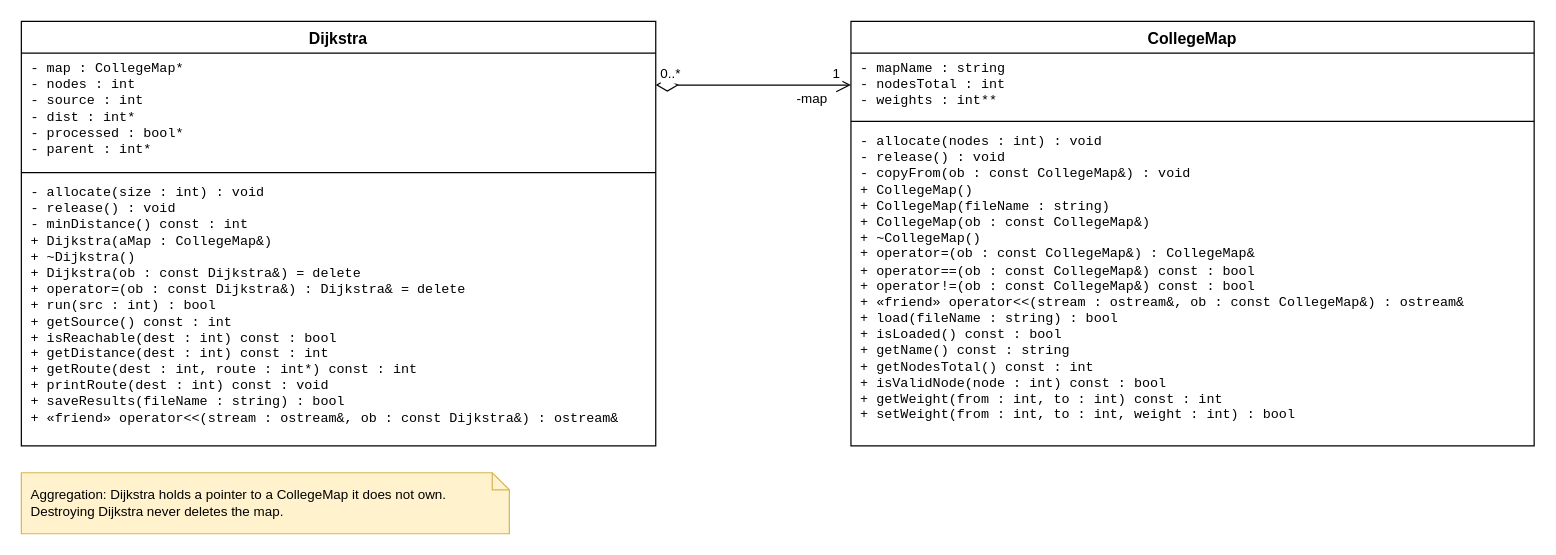
Alan64578/Dijkstra-Route-Planner keeps this draw.io diagram as Report/RoutePlanner_UML.drawio. Above is the earlier version. Source tidied: cells renumbered, new cells numbered last; positions are measured from the earlier drawing's top-left corner, leaving out a move shared by most shapes. Both pictures are drawn from the tidied source at 122%, with x=0, y=0 at pixel (21, 21).
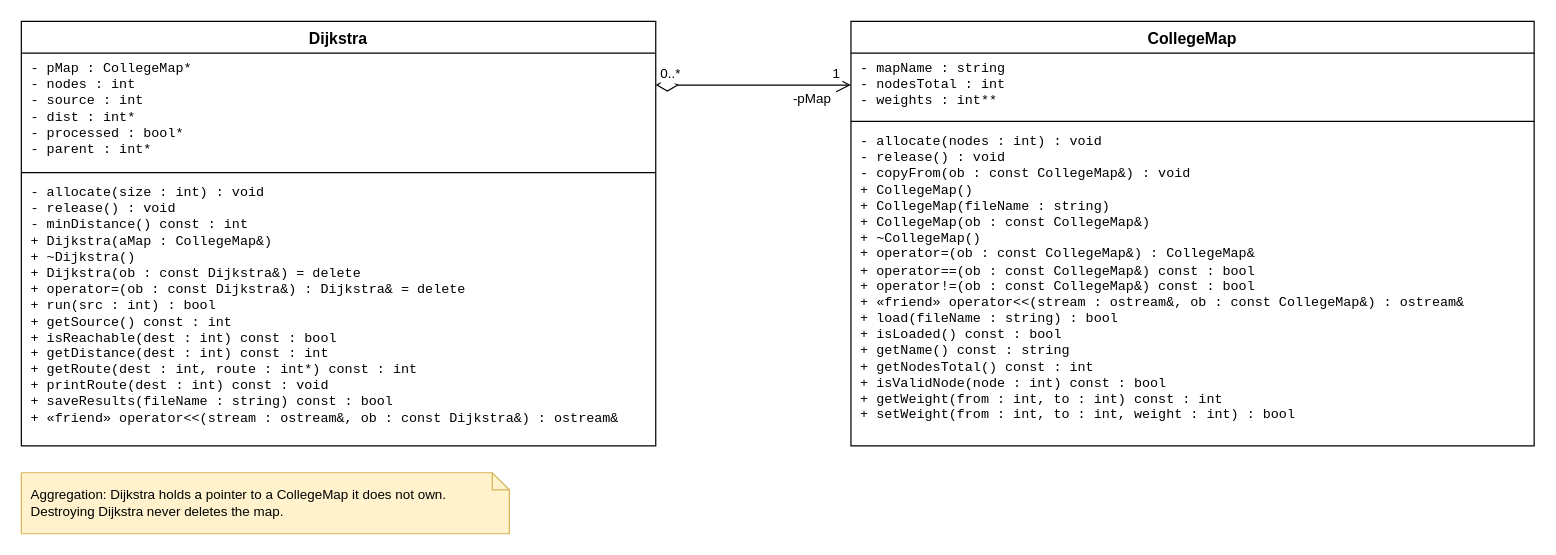
Above is the later version.

Commit message:
Update UML: pMap and const saveResults

Diff of the diagram source:
```diff
@@
 <mxGraphModel>
   <root>
     <mxCell id="0" />
     <mxCell id="1" parent="0" />
     <mxCell id="2" value="Dijkstra" style="swimlane;fillColor=#ffffff;strokeColor=#000000;fontColor=#000000;swimlaneFillColor=#ffffff;fontStyle=1;align=center;verticalAlign=top;horizontal=1;startSize=26;whiteSpace=wrap;html=0;fontSize=13;" parent="1" vertex="1">
       <mxGeometry width="520" height="348" as="geometry" />
     </mxCell>
-    <mxCell id="3" value="- map : CollegeMap*&#10;- nodes : int&#10;- source : int&#10;- dist : int*&#10;- processed : bool*&#10;- parent : int*" style="text;strokeColor=none;fillColor=none;fontColor=#000000;align=left;verticalAlign=top;spacingLeft=6;spacingRight=4;overflow=hidden;whiteSpace=wrap;html=0;fontFamily=Courier New;fontSize=11;" parent="2" vertex="1">
+    <mxCell id="3" value="- pMap : CollegeMap*&#10;- nodes : int&#10;- source : int&#10;- dist : int*&#10;- processed : bool*&#10;- parent : int*" style="text;strokeColor=none;fillColor=none;fontColor=#000000;align=left;verticalAlign=top;spacingLeft=6;spacingRight=4;overflow=hidden;whiteSpace=wrap;html=0;fontFamily=Courier New;fontSize=11;" parent="2" vertex="1">
       <mxGeometry y="26" width="520" height="94" as="geometry" />
     </mxCell>
     <mxCell id="4" style="line;strokeWidth=1;strokeColor=#000000;fillColor=none;align=left;verticalAlign=middle;spacingTop=-1;spacingLeft=3;spacingRight=3;labelPosition=right;" parent="2" vertex="1">
       <mxGeometry y="120" width="520" height="8" as="geometry" />
     </mxCell>
-    <mxCell id="5" value="- allocate(size : int) : void&#10;- release() : void&#10;- minDistance() const : int&#10;+ Dijkstra(aMap : CollegeMap&amp;)&#10;+ ~Dijkstra()&#10;+ Dijkstra(ob : const Dijkstra&amp;) = delete&#10;+ operator=(ob : const Dijkstra&amp;) : Dijkstra&amp; = delete&#10;+ run(src : int) : bool&#10;+ getSource() const : int&#10;+ isReachable(dest : int) const : bool&#10;+ getDistance(dest : int) const : int&#10;+ getRoute(dest : int, route : int*) const : int&#10;+ printRoute(dest : int) const : void&#10;+ saveResults(fileName : string) : bool&#10;+ «friend» operator&lt;&lt;(stream : ostream&amp;, ob : const Dijkstra&amp;) : ostream&amp;" style="text;strokeColor=none;fillColor=none;fontColor=#000000;align=left;verticalAlign=top;spacingLeft=6;spacingRight=4;overflow=hidden;whiteSpace=wrap;html=0;fontFamily=Courier New;fontSize=11;" parent="2" vertex="1">
+    <mxCell id="5" value="- allocate(size : int) : void&#10;- release() : void&#10;- minDistance() const : int&#10;+ Dijkstra(aMap : CollegeMap&amp;)&#10;+ ~Dijkstra()&#10;+ Dijkstra(ob : const Dijkstra&amp;) = delete&#10;+ operator=(ob : const Dijkstra&amp;) : Dijkstra&amp; = delete&#10;+ run(src : int) : bool&#10;+ getSource() const : int&#10;+ isReachable(dest : int) const : bool&#10;+ getDistance(dest : int) const : int&#10;+ getRoute(dest : int, route : int*) const : int&#10;+ printRoute(dest : int) const : void&#10;+ saveResults(fileName : string) const : bool&#10;+ «friend» operator&lt;&lt;(stream : ostream&amp;, ob : const Dijkstra&amp;) : ostream&amp;" style="text;strokeColor=none;fillColor=none;fontColor=#000000;align=left;verticalAlign=top;spacingLeft=6;spacingRight=4;overflow=hidden;whiteSpace=wrap;html=0;fontFamily=Courier New;fontSize=11;" parent="2" vertex="1">
       <mxGeometry y="128" width="520" height="220" as="geometry" />
     </mxCell>
     <mxCell id="6" value="CollegeMap" style="swimlane;fillColor=#ffffff;strokeColor=#000000;fontColor=#000000;swimlaneFillColor=#ffffff;fontStyle=1;align=center;verticalAlign=top;horizontal=1;startSize=26;whiteSpace=wrap;html=0;fontSize=13;" parent="1" vertex="1">
       <mxGeometry x="680" width="560" height="348" as="geometry" />
     </mxCell>
     <mxCell id="7" value="- mapName : string&#10;- nodesTotal : int&#10;- weights : int**" style="text;strokeColor=none;fillColor=none;fontColor=#000000;align=left;verticalAlign=top;spacingLeft=6;spacingRight=4;overflow=hidden;whiteSpace=wrap;html=0;fontFamily=Courier New;fontSize=11;" parent="6" vertex="1">
       <mxGeometry y="26" width="560" height="52" as="geometry" />
     </mxCell>
     <mxCell id="8" style="line;strokeWidth=1;strokeColor=#000000;fillColor=none;align=left;verticalAlign=middle;spacingTop=-1;spacingLeft=3;spacingRight=3;labelPosition=right;" parent="6" vertex="1">
       <mxGeometry y="78" width="560" height="8" as="geometry" />
     </mxCell>
     <mxCell id="9" value="- allocate(nodes : int) : void&#10;- release() : void&#10;- copyFrom(ob : const CollegeMap&amp;) : void&#10;+ CollegeMap()&#10;+ CollegeMap(fileName : string)&#10;+ CollegeMap(ob : const CollegeMap&amp;)&#10;+ ~CollegeMap()&#10;+ operator=(ob : const CollegeMap&amp;) : CollegeMap&amp;&#10;+ operator==(ob : const CollegeMap&amp;) const : bool&#10;+ operator!=(ob : const CollegeMap&amp;) const : bool&#10;+ «friend» operator&lt;&lt;(stream : ostream&amp;, ob : const CollegeMap&amp;) : ostream&amp;&#10;+ load(fileName : string) : bool&#10;+ isLoaded() const : bool&#10;+ getName() const : string&#10;+ getNodesTotal() const : int&#10;+ isValidNode(node : int) const : bool&#10;+ getWeight(from : int, to : int) const : int&#10;+ setWeight(from : int, to : int, weight : int) : bool" style="text;strokeColor=none;fillColor=none;fontColor=#000000;align=left;verticalAlign=top;spacingLeft=6;spacingRight=4;overflow=hidden;whiteSpace=wrap;html=0;fontFamily=Courier New;fontSize=11;" parent="6" vertex="1">
       <mxGeometry y="86" width="560" height="262" as="geometry" />
     </mxCell>
     <mxCell id="10" style="strokeColor=#000000;endArrow=open;endFill=0;startArrow=diamondThin;startFill=0;startSize=16;endSize=10;html=0;rounded=0;edgeStyle=orthogonalEdgeStyle;exitX=1;exitY=0.15;exitDx=0;exitDy=0;entryX=0;entryY=0.15;entryDx=0;entryDy=0;" parent="1" edge="1" source="2" target="6">
       <mxGeometry relative="1" as="geometry" />
     </mxCell>
     <mxCell id="11" value="0..*" style="edgeLabel;fontColor=#000000;html=0;align=center;verticalAlign=middle;fontSize=11;" parent="10" vertex="1">
       <mxGeometry x="-0.85" relative="1" as="geometry">
         <mxPoint y="-10" as="offset" />
       </mxGeometry>
     </mxCell>
     <mxCell id="12" value="1" style="edgeLabel;fontColor=#000000;html=0;align=center;verticalAlign=middle;fontSize=11;" parent="10" vertex="1">
       <mxGeometry x="0.85" relative="1" as="geometry">
         <mxPoint y="-10" as="offset" />
       </mxGeometry>
     </mxCell>
-    <mxCell id="13" value="-map" style="edgeLabel;fontColor=#000000;html=0;align=center;verticalAlign=middle;fontSize=11;" parent="10" vertex="1">
+    <mxCell id="13" value="-pMap" style="edgeLabel;fontColor=#000000;html=0;align=center;verticalAlign=middle;fontSize=11;" parent="10" vertex="1">
       <mxGeometry x="0.6" relative="1" as="geometry">
         <mxPoint y="10" as="offset" />
       </mxGeometry>
     </mxCell>
     <mxCell id="14" value="Aggregation: Dijkstra holds a pointer to a CollegeMap it does not own.&#10;Destroying Dijkstra never deletes the map." style="shape=note;whiteSpace=wrap;html=0;size=14;fontSize=11;align=left;spacingLeft=6;fillColor=#fff2cc;strokeColor=#d6b656;" parent="1" vertex="1">
       <mxGeometry y="370" width="400" height="50" as="geometry" />
     </mxCell>
   </root>
 </mxGraphModel>
```
